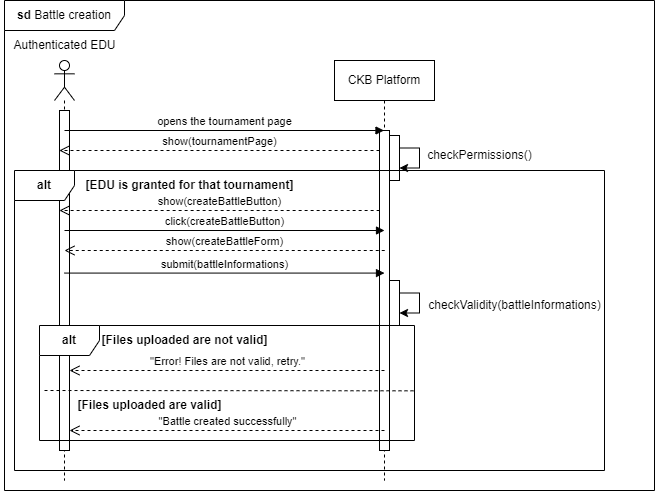
pontig/sw-eng-2-PasiniPontiggiaStasi keeps this draw.io diagram as RASD/images/sequence_diagrams/ClassDiagram-UC4- SequenceDiagram.png. Above is the earlier version. Source tidied: cells renumbered, new cells last; positions are measured from the earlier drawing's top-left corner, leaving out a move shared by most shapes.
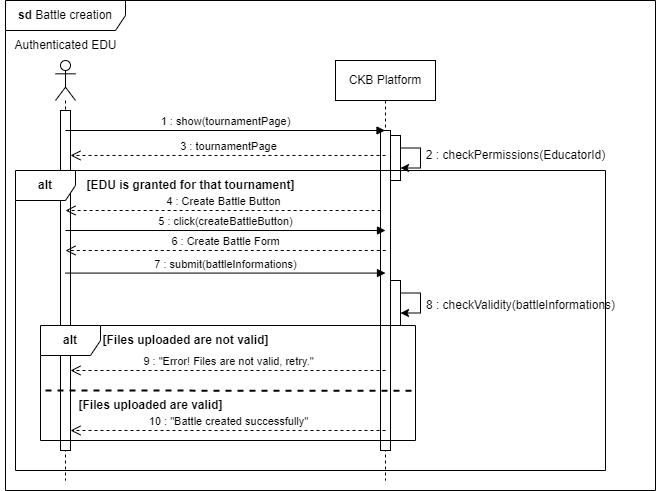
The same diagram one commit later.

Commit message:
fixed class diagram and sequence diagrams of my use cases

The edit, as a diff of the source:
```diff
@@ -32,16 +32,13 @@
     <mxCell id="11" style="edgeStyle=orthogonalEdgeStyle;rounded=0;orthogonalLoop=1;jettySize=auto;html=1;curved=0;" parent="6" edge="1" source="10" target="10">
       <mxGeometry relative="1" as="geometry" />
     </mxCell>
-    <mxCell id="12" value="opens the tournament page" style="html=1;verticalAlign=bottom;endArrow=block;curved=0;rounded=0;" parent="1" edge="1" target="6">
+    <mxCell id="12" value="1 : show(tournamentPage)" style="html=1;verticalAlign=bottom;endArrow=block;curved=0;rounded=0;" parent="1" edge="1" target="6">
       <mxGeometry relative="1" as="geometry">
         <mxPoint x="65" y="130" as="sourcePoint" />
       </mxGeometry>
     </mxCell>
-    <mxCell id="13" value="show(tournamentPage)" style="html=1;verticalAlign=bottom;endArrow=open;dashed=1;endSize=8;curved=0;rounded=0;" parent="1" edge="1">
-      <mxGeometry relative="1" as="geometry">
-        <mxPoint x="380" y="150" as="sourcePoint" />
-        <mxPoint x="59.8" y="150" as="targetPoint" />
-      </mxGeometry>
+    <mxCell id="13" value="3 : tournamentPage" style="html=1;verticalAlign=bottom;endArrow=open;dashed=1;endSize=8;curved=0;rounded=0;exitX=0.5;exitY=0.078;exitDx=0;exitDy=0;exitPerimeter=0;" parent="1" edge="1" source="7" target="4">
+      <mxGeometry relative="1" as="geometry" />
     </mxCell>
     <mxCell id="14" value="&lt;b&gt;alt&lt;/b&gt;" style="shape=umlFrame;whiteSpace=wrap;html=1;" parent="1" vertex="1">
       <mxGeometry x="15" y="170" width="590" height="300" as="geometry" />
@@ -49,35 +46,35 @@
     <mxCell id="15" value="&lt;b&gt;[EDU is granted for that tournament]&lt;/b&gt;" style="text;html=1;align=center;verticalAlign=middle;strokeColor=none;fillColor=none;" parent="1" vertex="1">
       <mxGeometry x="75" y="170" width="230" height="30" as="geometry" />
     </mxCell>
-    <mxCell id="16" value="checkPermissions()" style="text;html=1;align=center;verticalAlign=middle;strokeColor=none;fillColor=none;rotation=0;" parent="1" vertex="1">
-      <mxGeometry x="415" y="140" width="130" height="30" as="geometry" />
+    <mxCell id="16" value="2 : checkPermissions(EducatorId)" style="text;html=1;align=center;verticalAlign=middle;strokeColor=none;fillColor=none;rotation=0;" parent="1" vertex="1">
+      <mxGeometry x="415" y="140" width="200" height="30" as="geometry" />
     </mxCell>
-    <mxCell id="17" value="show(createBattleButton)" style="html=1;verticalAlign=bottom;endArrow=open;dashed=1;endSize=8;curved=0;rounded=0;" parent="1" edge="1">
+    <mxCell id="17" value="4 : Create Battle Button" style="html=1;verticalAlign=bottom;endArrow=open;dashed=1;endSize=8;curved=0;rounded=0;" parent="1" edge="1">
       <mxGeometry relative="1" as="geometry">
         <mxPoint x="380.1" y="210" as="sourcePoint" />
-        <mxPoint x="59.9" y="210" as="targetPoint" />
+        <mxPoint x="65" y="210" as="targetPoint" />
       </mxGeometry>
     </mxCell>
-    <mxCell id="18" value="click(createBattleButton)" style="html=1;verticalAlign=bottom;endArrow=block;curved=0;rounded=0;" parent="1" edge="1">
+    <mxCell id="18" value="5 : click(createBattleButton)" style="html=1;verticalAlign=bottom;endArrow=block;curved=0;rounded=0;" parent="1" edge="1">
       <mxGeometry relative="1" as="geometry">
         <mxPoint x="65" y="230" as="sourcePoint" />
         <mxPoint x="385" y="230" as="targetPoint" />
       </mxGeometry>
     </mxCell>
-    <mxCell id="19" value="show(createBattleForm)" style="html=1;verticalAlign=bottom;endArrow=open;dashed=1;endSize=8;curved=0;rounded=0;" parent="1" edge="1">
+    <mxCell id="19" value="6 : Create Battle Form" style="html=1;verticalAlign=bottom;endArrow=open;dashed=1;endSize=8;curved=0;rounded=0;" parent="1" edge="1">
       <mxGeometry relative="1" as="geometry">
         <mxPoint x="385.2" y="250" as="sourcePoint" />
         <mxPoint x="65" y="250" as="targetPoint" />
       </mxGeometry>
     </mxCell>
-    <mxCell id="20" value="submit(battleInformations)" style="html=1;verticalAlign=bottom;endArrow=block;curved=0;rounded=0;" parent="1" edge="1">
+    <mxCell id="20" value="7 : submit(battleInformations)" style="html=1;verticalAlign=bottom;endArrow=block;curved=0;rounded=0;" parent="1" edge="1">
       <mxGeometry relative="1" as="geometry">
         <mxPoint x="65" y="272.6" as="sourcePoint" />
         <mxPoint x="385" y="272.6" as="targetPoint" />
       </mxGeometry>
     </mxCell>
-    <mxCell id="21" value="checkValidity(battleInformations)" style="text;html=1;align=center;verticalAlign=middle;strokeColor=none;fillColor=none;" parent="1" vertex="1">
-      <mxGeometry x="415" y="290" width="200" height="30" as="geometry" />
+    <mxCell id="21" value="8 : checkValidity(battleInformations)" style="text;html=1;align=center;verticalAlign=middle;strokeColor=none;fillColor=none;" parent="1" vertex="1">
+      <mxGeometry x="415" y="290" width="210" height="30" as="geometry" />
     </mxCell>
     <mxCell id="22" value="&lt;b&gt;alt&lt;/b&gt;" style="shape=umlFrame;whiteSpace=wrap;html=1;" parent="1" vertex="1">
       <mxGeometry x="40" y="325" width="375" height="115" as="geometry" />
@@ -85,7 +82,7 @@
     <mxCell id="23" value="&lt;b&gt;[Files uploaded are not valid]&lt;/b&gt;" style="text;html=1;align=center;verticalAlign=middle;strokeColor=none;fillColor=none;" parent="1" vertex="1">
       <mxGeometry x="90" y="325" width="190" height="30" as="geometry" />
     </mxCell>
-    <mxCell id="24" style="endArrow=none;dashed=1;html=1;rounded=0;entryX=1.001;entryY=0.568;entryDx=0;entryDy=0;entryPerimeter=0;" parent="1" edge="1" target="22">
+    <mxCell id="24" style="endArrow=none;dashed=1;html=1;rounded=0;entryX=1.001;entryY=0.568;entryDx=0;entryDy=0;entryPerimeter=0;strokeWidth=2;" parent="1" edge="1" target="22">
       <mxGeometry relative="1" as="geometry">
         <mxPoint x="45" y="390" as="sourcePoint" />
       </mxGeometry>
@@ -93,12 +90,12 @@
     <mxCell id="25" value="&lt;b&gt;[Files uploaded are valid]&lt;/b&gt;" style="text;html=1;align=center;verticalAlign=middle;strokeColor=none;fillColor=none;" parent="1" vertex="1">
       <mxGeometry x="65" y="390" width="170" height="30" as="geometry" />
     </mxCell>
-    <mxCell id="26" value="&quot;Error! Files are not valid, retry.&quot;" style="html=1;verticalAlign=bottom;endArrow=open;dashed=1;endSize=8;curved=0;rounded=0;" parent="1" edge="1" target="4">
+    <mxCell id="26" value="9 : &quot;Error! Files are not valid, retry.&quot;" style="html=1;verticalAlign=bottom;endArrow=open;dashed=1;endSize=8;curved=0;rounded=0;" parent="1" edge="1" target="4">
       <mxGeometry relative="1" as="geometry">
         <mxPoint x="385" y="370" as="sourcePoint" />
       </mxGeometry>
     </mxCell>
-    <mxCell id="27" value="&quot;Battle created successfully&quot;" style="html=1;verticalAlign=bottom;endArrow=open;dashed=1;endSize=8;curved=0;rounded=0;" parent="1" edge="1">
+    <mxCell id="27" value="10 : &quot;Battle created successfully&quot;" style="html=1;verticalAlign=bottom;endArrow=open;dashed=1;endSize=8;curved=0;rounded=0;" parent="1" edge="1">
       <mxGeometry relative="1" as="geometry">
         <mxPoint x="385" y="430" as="sourcePoint" />
         <mxPoint x="70" y="430" as="targetPoint" />
```
